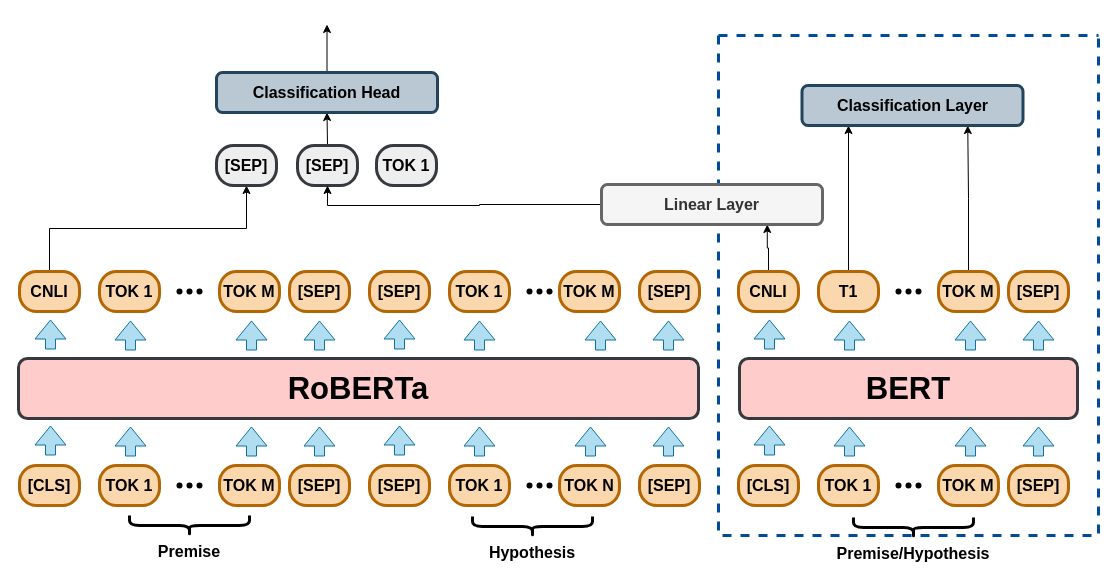
JinboYao/mentalHealthPrediction keeps this draw.io diagram as RoBERTa.drawio. Above is the earlier version. Source tidied: cells renumbered, new cells numbered last; positions are measured from the earlier drawing's top-left corner, leaving out a move shared by most shapes. Both pictures are drawn from the tidied source at 100%, with x=0, y=0 at pixel (18, 24).
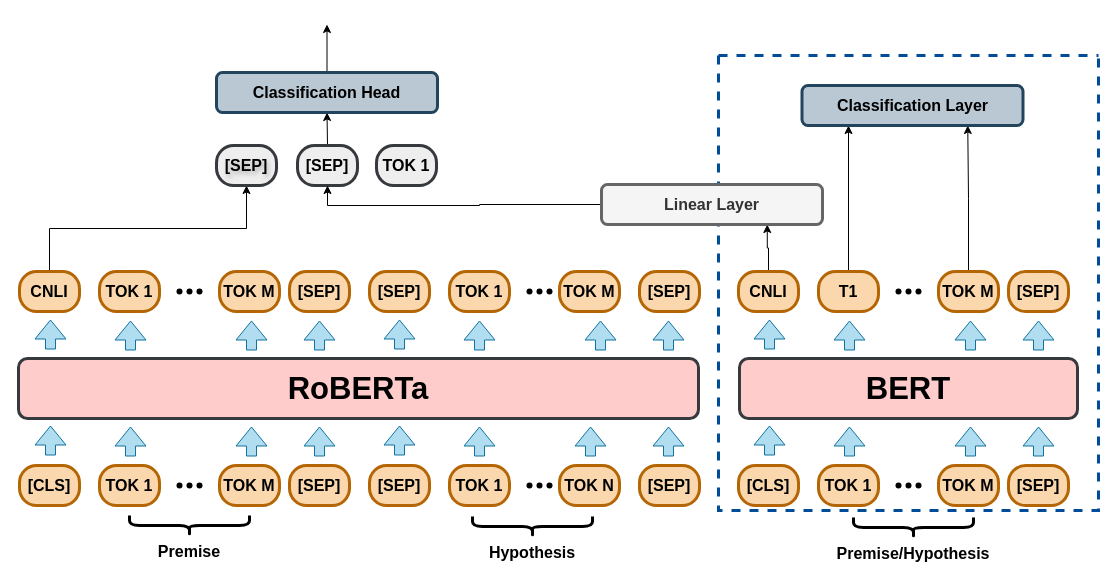
After the change.

Diff of the diagram source:
```diff
@@
-    <mxCell id="48" value="[SEP]" style="whiteSpace=wrap;align=center;verticalAlign=middle;fontStyle=1;strokeWidth=3;fillColor=#eeeeee;strokeColor=#36393d;rounded=1;arcSize=43;fontSize=16;" parent="1" vertex="1">
+    <mxCell id="48" value="[SEP]" style="whiteSpace=wrap;align=center;verticalAlign=middle;fontStyle=1;strokeWidth=3;fillColor=#eeeeee;strokeColor=#36393d;rounded=1;arcSize=43;fontSize=16;textShadow=1;" parent="1" vertex="1">
       <mxGeometry x="198" y="121" width="60" height="40" as="geometry" />
     </mxCell>
@@
     <mxCell id="82" style="swimlane;startSize=0;strokeWidth=3;dashed=1;strokeColor=#004C99;" parent="1" vertex="1">
-      <mxGeometry x="700" y="11" width="380" height="500" as="geometry" />
+      <mxGeometry x="700" y="31" width="380" height="455" as="geometry" />
     </mxCell>
```
